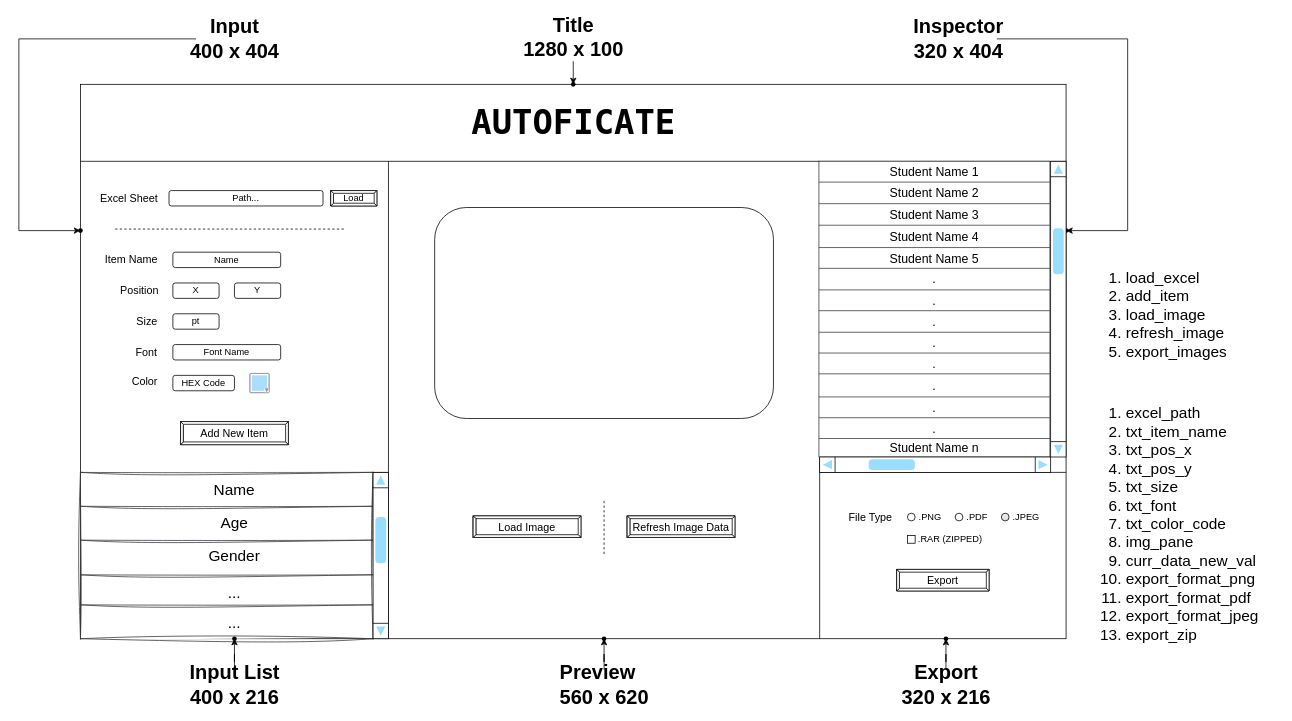
Earlier version of the draw.io diagram page "Layout" (1 of 2) of Group/Autoficate/autoficate.drawio (DevSharma324/System-Designs). Source tidied: cells renumbered, new cells numbered last; positions are measured from the earlier drawing's top-left corner, leaving out a move shared by most shapes. Both pictures are drawn from the tidied source at 77%, with x=0, y=0 at pixel (18, 23).
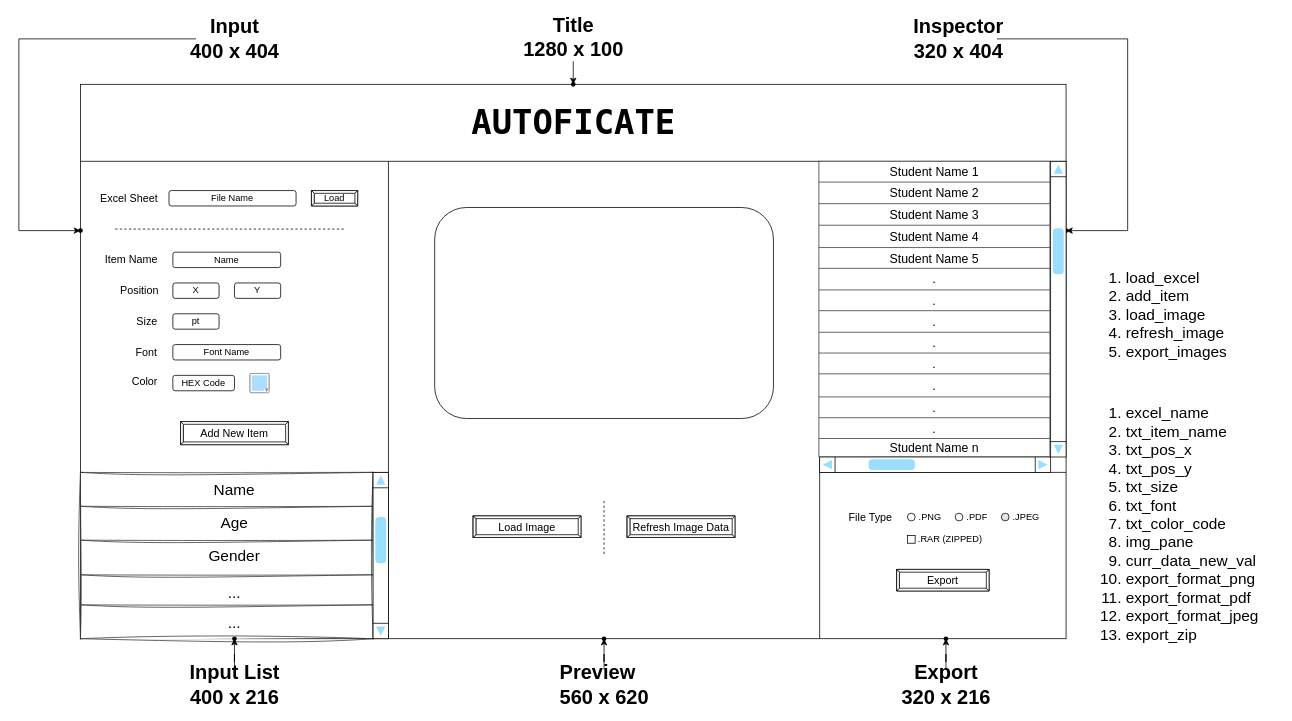
After the change.

The edit, as a diff of the source:
```diff
@@
     <mxCell id="7" value="Load" style="labelPosition=center;verticalLabelPosition=middle;align=center;html=1;shape=mxgraph.basic.button;dx=3.57;whiteSpace=wrap;" parent="1" vertex="1">
-      <mxGeometry x="405" y="217" width="60" height="20" as="geometry" />
+      <mxGeometry x="380" y="217" width="60" height="20" as="geometry" />
     </mxCell>
@@
-    <mxCell id="9" value="Path..." style="rounded=1;whiteSpace=wrap;html=1;strokeColor=default;align=center;verticalAlign=middle;fontFamily=Helvetica;fontSize=12;fontColor=default;fillColor=default;" parent="1" vertex="1">
-      <mxGeometry x="195" y="217" width="200" height="20" as="geometry" />
+    <mxCell id="9" value="File Name" style="rounded=1;whiteSpace=wrap;html=1;strokeColor=default;align=center;verticalAlign=middle;fontFamily=Helvetica;fontSize=12;fontColor=default;fillColor=default;" parent="1" vertex="1">
+      <mxGeometry x="195" y="217" width="165" height="20" as="geometry" />
     </mxCell>
@@
-    <mxCell id="104" value="&lt;ol&gt;&lt;li&gt;excel_path&lt;/li&gt;&lt;li&gt;txt_item_name&lt;br&gt;&lt;/li&gt;&lt;li&gt;txt_pos_x&lt;/li&gt;&lt;li&gt;txt_pos_y&lt;/li&gt;&lt;li&gt;txt_size&lt;/li&gt;&lt;li&gt;txt_font&lt;/li&gt;&lt;li&gt;txt_color_code&lt;/li&gt;&lt;li&gt;img_pane&lt;/li&gt;&lt;li&gt;curr_data_new_val&lt;br&gt;&lt;/li&gt;&lt;li&gt;export_format_png&lt;br&gt;&lt;/li&gt;&lt;li&gt;export_format_pdf&lt;br&gt;&lt;/li&gt;&lt;li&gt;export_format_jpeg&lt;br&gt;&lt;/li&gt;&lt;li&gt;export_zip&lt;/li&gt;&lt;/ol&gt;" style="text;strokeColor=none;fillColor=none;html=1;whiteSpace=wrap;verticalAlign=top;overflow=hidden;fontSize=20;fontFamily=Helvetica;fontColor=default;" parent="1" vertex="1">
+    <mxCell id="104" value="&lt;ol&gt;&lt;li&gt;excel_name&lt;/li&gt;&lt;li&gt;txt_item_name&lt;br&gt;&lt;/li&gt;&lt;li&gt;txt_pos_x&lt;/li&gt;&lt;li&gt;txt_pos_y&lt;/li&gt;&lt;li&gt;txt_size&lt;/li&gt;&lt;li&gt;txt_font&lt;/li&gt;&lt;li&gt;txt_color_code&lt;/li&gt;&lt;li&gt;img_pane&lt;/li&gt;&lt;li&gt;curr_data_new_val&lt;br&gt;&lt;/li&gt;&lt;li&gt;export_format_png&lt;br&gt;&lt;/li&gt;&lt;li&gt;export_format_pdf&lt;br&gt;&lt;/li&gt;&lt;li&gt;export_format_jpeg&lt;br&gt;&lt;/li&gt;&lt;li&gt;export_zip&lt;/li&gt;&lt;/ol&gt;" style="text;strokeColor=none;fillColor=none;html=1;whiteSpace=wrap;verticalAlign=top;overflow=hidden;fontSize=20;fontFamily=Helvetica;fontColor=default;" parent="1" vertex="1">
       <mxGeometry x="1396" y="467" width="240" height="350" as="geometry" />
     </mxCell>
```
